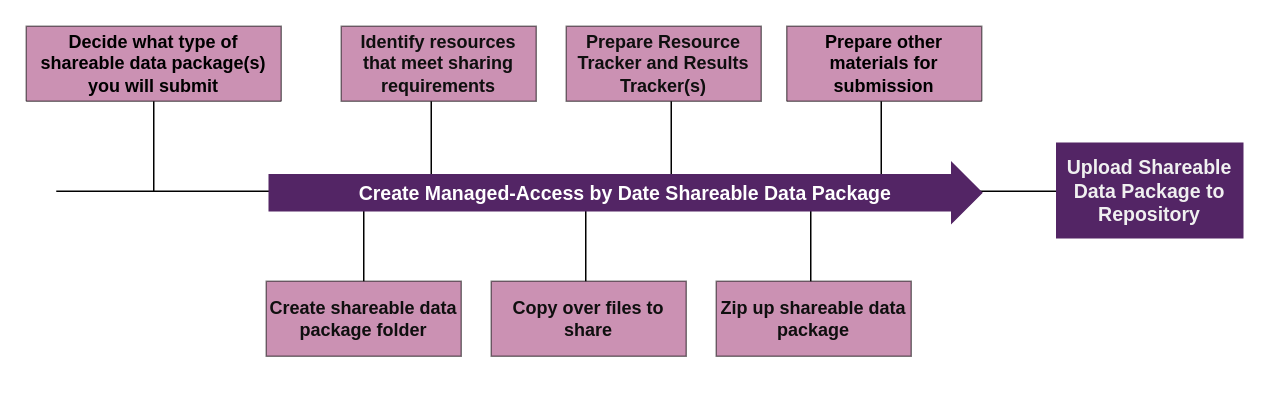
The draw.io diagram docs/assets/prepare-sub-managed-date.drawio in norc-heal/heal-data-pkg-guide, before the edit. Source tidied: cells renumbered, new cells numbered last; positions are measured from the earlier drawing's top-left corner, leaving out a move shared by most shapes. Both pictures are drawn from the tidied source at 150%, with x=0, y=0 at pixel (26, 26).
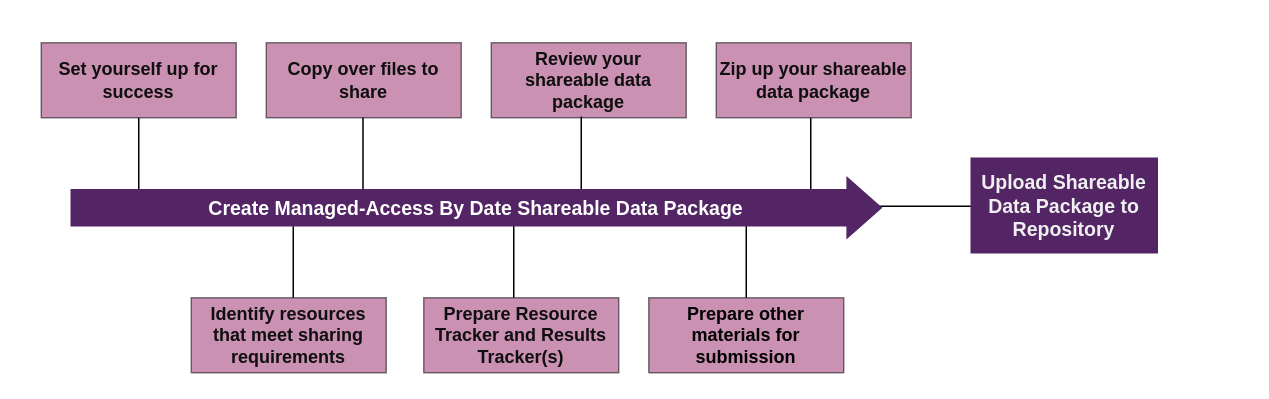
The same page after the edit.

Commit message (it also covers changes not shown here):
updates to prepare your data package for submission graphics and text

What changed in the source:
```diff
@@
-    <mxCell id="2" style="endArrow=none;html=1;rounded=0;endFill=0;startArrow=none;" parent="1" edge="1">
-      <mxGeometry relative="1" as="geometry">
-        <mxPoint x="20" y="110" as="sourcePoint" />
-        <mxPoint x="740" y="110" as="targetPoint" />
-      </mxGeometry>
-    </mxCell>
+    <mxCell id="19" style="endArrow=none;html=1;rounded=0;endFill=0;startArrow=none;" parent="1" edge="1">
+      <mxGeometry relative="1" as="geometry">
+        <mxPoint x="30" y="120" as="sourcePoint" />
+        <mxPoint x="750" y="120" as="targetPoint" />
+      </mxGeometry>
+    </mxCell>
     <mxCell id="3" value="Upload Shareable Data Package to Repository" style="rounded=0;whiteSpace=wrap;html=1;fillColor=#532565;fontColor=#F0F0F0;fontStyle=1;glass=0;fontSize=13;strokeColor=#532565;" parent="1" vertex="1">
-      <mxGeometry x="687" y="78" width="124" height="63" as="geometry" />
+      <mxGeometry x="630" y="88" width="124" height="63" as="geometry" />
     </mxCell>
-    <mxCell id="4" style="endArrow=none;html=1;fontColor=#0F0F0F;rounded=0;" parent="1" edge="1">
-      <mxGeometry relative="1" as="geometry">
-        <mxPoint x="85" y="50" as="sourcePoint" />
-        <mxPoint x="85" y="110" as="targetPoint" />
-      </mxGeometry>
-    </mxCell>
     <mxCell id="5" value="Copy over files to share" style="rounded=0;whiteSpace=wrap;html=1;fillColor=#982568;fontColor=#0F0F0F;fontStyle=1;opacity=50;" parent="1" vertex="1">
-      <mxGeometry x="310" y="170" width="130" height="50" as="geometry" />
+      <mxGeometry x="160" y="11" width="130" height="50" as="geometry" />
     </mxCell>
-    <mxCell id="6" style="endArrow=none;html=1;fontColor=#0F0F0F;rounded=0;" parent="1" edge="1">
-      <mxGeometry relative="1" as="geometry">
-        <mxPoint x="270" y="110" as="sourcePoint" />
-        <mxPoint x="270" y="50" as="targetPoint" />
-      </mxGeometry>
-    </mxCell>
-    <mxCell id="7" style="endArrow=none;html=1;fontColor=#0F0F0F;rounded=0;" parent="1" edge="1">
-      <mxGeometry relative="1" as="geometry">
-        <mxPoint x="430" y="110" as="sourcePoint" />
-        <mxPoint x="430" y="50" as="targetPoint" />
-      </mxGeometry>
-    </mxCell>
-    <mxCell id="8" style="endArrow=none;html=1;fontColor=#0F0F0F;rounded=0;" parent="1" edge="1">
-      <mxGeometry relative="1" as="geometry">
-        <mxPoint x="373" y="170" as="sourcePoint" />
-        <mxPoint x="373" y="110" as="targetPoint" />
-      </mxGeometry>
-    </mxCell>
-    <mxCell id="9" style="endArrow=none;html=1;fontColor=#0F0F0F;rounded=0;" parent="1" edge="1">
-      <mxGeometry relative="1" as="geometry">
-        <mxPoint x="225" y="110" as="sourcePoint" />
-        <mxPoint x="225" y="170" as="targetPoint" />
-      </mxGeometry>
-    </mxCell>
-    <mxCell id="10" value="Zip up shareable data package" style="rounded=0;whiteSpace=wrap;html=1;fillColor=#982568;fontColor=#0F0F0F;fontStyle=1;opacity=50;" parent="1" vertex="1">
-      <mxGeometry x="460" y="170" width="130" height="50" as="geometry" />
-    </mxCell>
+    <mxCell id="20" style="endArrow=none;html=1;fontColor=#0F0F0F;rounded=0;" parent="1" edge="1">
+      <mxGeometry relative="1" as="geometry">
+        <mxPoint x="75" y="121" as="sourcePoint" />
+        <mxPoint x="75" y="61" as="targetPoint" />
+      </mxGeometry>
+    </mxCell>
+    <mxCell id="21" style="endArrow=none;html=1;fontColor=#0F0F0F;rounded=0;" parent="1" edge="1">
+      <mxGeometry relative="1" as="geometry">
+        <mxPoint x="224.5" y="121" as="sourcePoint" />
+        <mxPoint x="224.5" y="61" as="targetPoint" />
+      </mxGeometry>
+    </mxCell>
+    <mxCell id="22" style="endArrow=none;html=1;fontColor=#0F0F0F;rounded=0;" parent="1" edge="1">
+      <mxGeometry relative="1" as="geometry">
+        <mxPoint x="178" y="181" as="sourcePoint" />
+        <mxPoint x="178" y="121" as="targetPoint" />
+      </mxGeometry>
+    </mxCell>
+    <mxCell id="23" style="endArrow=none;html=1;fontColor=#0F0F0F;rounded=0;" parent="1" edge="1">
+      <mxGeometry relative="1" as="geometry">
+        <mxPoint x="370" y="60" as="sourcePoint" />
+        <mxPoint x="370" y="120" as="targetPoint" />
+      </mxGeometry>
+    </mxCell>
+    <mxCell id="24" value="Set yourself up for success" style="rounded=0;whiteSpace=wrap;html=1;fillColor=#982568;fontColor=#0F0F0F;fontStyle=1;opacity=50;" parent="1" vertex="1">
+      <mxGeometry x="10" y="11" width="130" height="50" as="geometry" />
+    </mxCell>
+    <mxCell id="25" value="Review your shareable data package" style="rounded=0;whiteSpace=wrap;html=1;fillColor=#982568;fontColor=#0F0F0F;fontStyle=1;opacity=50;" parent="1" vertex="1">
+      <mxGeometry x="310" y="11" width="130" height="50" as="geometry" />
+    </mxCell>
     <mxCell id="11" value="Identify resources that meet sharing requirements" style="rounded=0;whiteSpace=wrap;html=1;fillColor=#982568;fontColor=#0F0F0F;fontStyle=1;opacity=50;" parent="1" vertex="1">
-      <mxGeometry x="210" width="130" height="50" as="geometry" />
+      <mxGeometry x="110" y="181" width="130" height="50" as="geometry" />
     </mxCell>
     <mxCell id="12" value="Prepare Resource Tracker and Results Tracker(s)" style="rounded=0;whiteSpace=wrap;html=1;fillColor=#982568;fontColor=#0F0F0F;fontStyle=1;opacity=50;" parent="1" vertex="1">
-      <mxGeometry x="360" width="130" height="50" as="geometry" />
+      <mxGeometry x="265" y="181" width="130" height="50" as="geometry" />
     </mxCell>
-    <mxCell id="13" style="endArrow=none;html=1;fontColor=#0F0F0F;rounded=0;" parent="1" edge="1">
-      <mxGeometry relative="1" as="geometry">
-        <mxPoint x="523" y="170" as="sourcePoint" />
-        <mxPoint x="523" y="110" as="targetPoint" />
-      </mxGeometry>
-    </mxCell>
-    <mxCell id="14" style="endArrow=none;html=1;fontColor=#0F0F0F;rounded=0;" parent="1" edge="1">
-      <mxGeometry relative="1" as="geometry">
-        <mxPoint x="570" y="110" as="sourcePoint" />
-        <mxPoint x="570" y="50" as="targetPoint" />
-      </mxGeometry>
-    </mxCell>
-    <mxCell id="15" value="Create shareable data package folder" style="rounded=0;whiteSpace=wrap;html=1;fillColor=#982568;fontColor=#0F0F0F;fontStyle=1;opacity=50;" parent="1" vertex="1">
-      <mxGeometry x="160" y="170" width="130" height="50" as="geometry" />
-    </mxCell>
-    <mxCell id="16" value="&lt;font color=&quot;#ffffff&quot; style=&quot;font-size: 13px;&quot;&gt;&lt;b style=&quot;font-size: 13px;&quot;&gt;Create Managed-Access by Date Shareable Data Package&lt;/b&gt;&lt;/font&gt;" style="shape=singleArrow;whiteSpace=wrap;html=1;arrowWidth=0.6;arrowSize=0.042105263157894736;fillColor=#532565;strokeColor=#532565;fontSize=13;labelBorderColor=none;" parent="1" vertex="1">
-      <mxGeometry x="162" y="91" width="475" height="40" as="geometry" />
-    </mxCell>
+    <mxCell id="26" style="endArrow=none;html=1;fontColor=#0F0F0F;rounded=0;" parent="1" edge="1">
+      <mxGeometry relative="1" as="geometry">
+        <mxPoint x="325" y="181" as="sourcePoint" />
+        <mxPoint x="325" y="121" as="targetPoint" />
+      </mxGeometry>
+    </mxCell>
+    <mxCell id="27" style="endArrow=none;html=1;fontColor=#0F0F0F;rounded=0;" parent="1" edge="1">
+      <mxGeometry relative="1" as="geometry">
+        <mxPoint x="523" y="121" as="sourcePoint" />
+        <mxPoint x="523" y="61" as="targetPoint" />
+      </mxGeometry>
+    </mxCell>
     <mxCell id="17" value="&lt;b&gt;Prepare other materials for submission&lt;/b&gt;" style="swimlane;fontStyle=0;horizontal=1;startSize=50;whiteSpace=wrap;html=1;rounded=0;shadow=0;glass=0;fillColor=#982568;gradientColor=none;gradientDirection=radial;opacity=50;swimlaneLine=1;" parent="1" vertex="1" collapsed="1">
-      <mxGeometry x="507" width="130" height="50" as="geometry" />
+      <mxGeometry x="415" y="181" width="130" height="50" as="geometry" />
     </mxCell>
-    <mxCell id="18" value="&lt;b&gt;Decide what type of shareable data package(s) you will submit&lt;/b&gt;" style="swimlane;fontStyle=0;horizontal=1;startSize=50;whiteSpace=wrap;html=1;rounded=0;shadow=0;glass=0;fillColor=#982568;gradientColor=none;gradientDirection=radial;opacity=50;" parent="1" vertex="1" collapsed="1">
-      <mxGeometry width="170" height="50" as="geometry" />
-    </mxCell>
+    <mxCell id="28" style="endArrow=none;html=1;fontColor=#0F0F0F;rounded=0;" parent="1" edge="1">
+      <mxGeometry relative="1" as="geometry">
+        <mxPoint x="480" y="181" as="sourcePoint" />
+        <mxPoint x="480" y="121" as="targetPoint" />
+      </mxGeometry>
+    </mxCell>
+    <mxCell id="29" value="Zip up your shareable data package" style="rounded=0;whiteSpace=wrap;html=1;fillColor=#982568;fontColor=#0F0F0F;fontStyle=1;opacity=50;" parent="1" vertex="1">
+      <mxGeometry x="460" y="11" width="130" height="50" as="geometry" />
+    </mxCell>
+    <mxCell id="30" value="&lt;font color=&quot;#ffffff&quot; style=&quot;font-size: 13px;&quot;&gt;&lt;b style=&quot;font-size: 13px;&quot;&gt;Create Managed-Access By Date Shareable Data Package&lt;/b&gt;&lt;/font&gt;" style="shape=singleArrow;whiteSpace=wrap;html=1;arrowWidth=0.6;arrowSize=0.042105263157894736;fillColor=#532565;strokeColor=#532565;fontSize=13;labelBorderColor=none;" parent="1" vertex="1">
+      <mxGeometry x="30" y="101" width="540" height="40" as="geometry" />
+    </mxCell>
```
